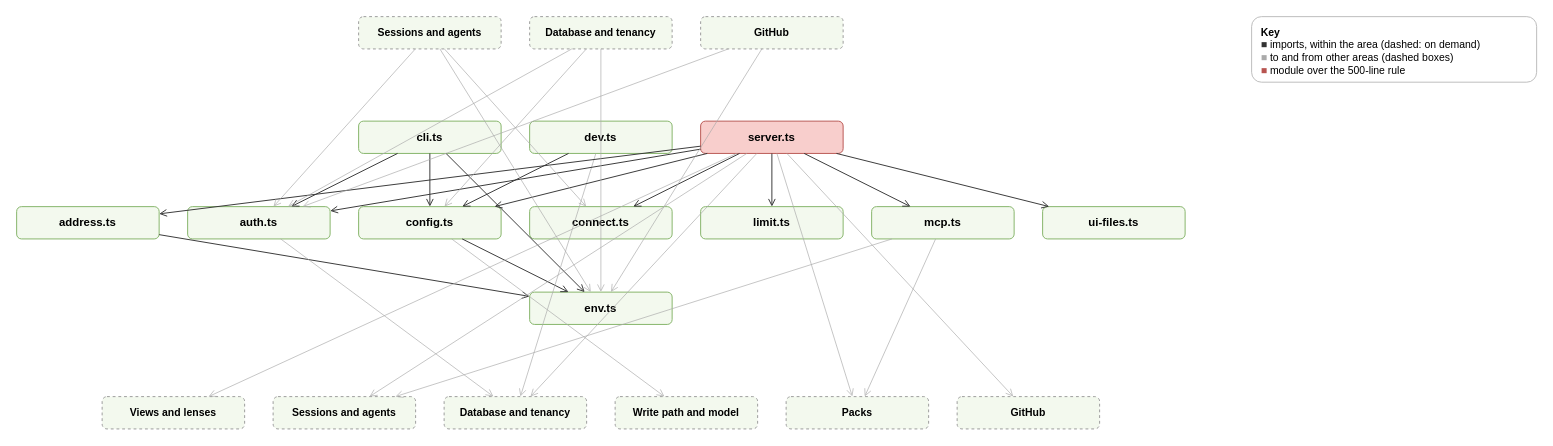
AlexReiner98/archipelago keeps this draw.io diagram as page "Server: Server and surfaces" (6 of 19) of docs/diagrams/modules.drawio. Above is the earlier version. Source tidied: cells renumbered, new cells numbered last; positions are measured from the earlier drawing's top-left corner, leaving out a move shared by most shapes. Both pictures are drawn from the tidied source at 95%, with x=0, y=0 at pixel (16, 16).
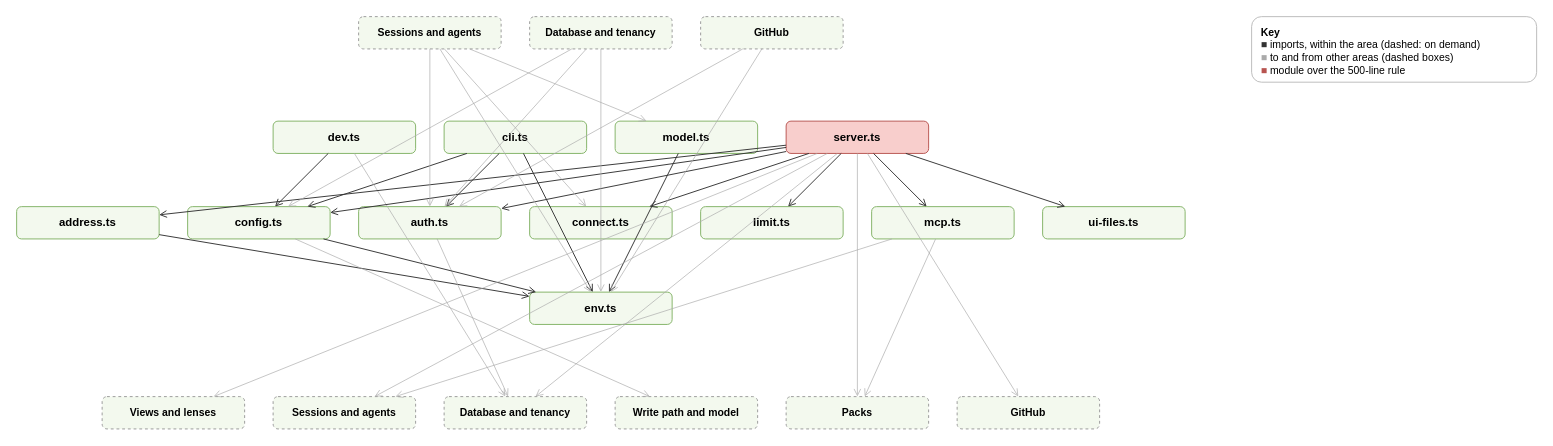
The same diagram, later.

The change refers to these unchanged cells:
```xml
<mxCell id="2" value="&lt;b&gt;Sessions and agents&lt;/b&gt;" style="rounded=1;html=1;whiteSpace=wrap;dashed=1;fontSize=11;fillColor=#f3f9ee;strokeColor=#999999;" parent="1" vertex="1">
  <mxGeometry x="360" width="150" height="34" as="geometry" />
</mxCell>
<mxCell id="15" value="env.ts" style="rounded=1;html=1;whiteSpace=wrap;fontSize=12;fontStyle=1;fillColor=#f3f9ee;strokeColor=#82b366;" parent="1" vertex="1">
  <mxGeometry x="540" y="290" width="150" height="34" as="geometry" />
</mxCell>
```

The edit, as a diff of the source:
```diff
@@
+    <mxCell id="6" value="dev.ts" style="rounded=1;html=1;whiteSpace=wrap;fontSize=12;fontStyle=1;fillColor=#f3f9ee;strokeColor=#82b366;" parent="1" vertex="1">
+      <mxGeometry x="270" y="110" width="150" height="34" as="geometry" />
+    </mxCell>
     <mxCell id="5" value="cli.ts" style="rounded=1;html=1;whiteSpace=wrap;fontSize=12;fontStyle=1;fillColor=#f3f9ee;strokeColor=#82b366;" parent="1" vertex="1">
-      <mxGeometry x="360" y="110" width="150" height="34" as="geometry" />
+      <mxGeometry x="450" y="110" width="150" height="34" as="geometry" />
     </mxCell>
-    <mxCell id="6" value="dev.ts" style="rounded=1;html=1;whiteSpace=wrap;fontSize=12;fontStyle=1;fillColor=#f3f9ee;strokeColor=#82b366;" parent="1" vertex="1">
-      <mxGeometry x="540" y="110" width="150" height="34" as="geometry" />
-    </mxCell>
+    <mxCell id="54" value="model.ts" style="rounded=1;html=1;whiteSpace=wrap;fontSize=12;fontStyle=1;fillColor=#f3f9ee;strokeColor=#82b366;" parent="1" vertex="1">
+      <mxGeometry x="630" y="110" width="150" height="34" as="geometry" />
+    </mxCell>
     <mxCell id="7" value="server.ts" style="rounded=1;html=1;whiteSpace=wrap;fontSize=12;fontStyle=1;fillColor=#f8cecc;strokeColor=#b85450;" parent="1" vertex="1">
-      <mxGeometry x="720" y="110" width="150" height="34" as="geometry" />
+      <mxGeometry x="810" y="110" width="150" height="34" as="geometry" />
     </mxCell>
@@
+    <mxCell id="10" value="config.ts" style="rounded=1;html=1;whiteSpace=wrap;fontSize=12;fontStyle=1;fillColor=#f3f9ee;strokeColor=#82b366;" parent="1" vertex="1">
+      <mxGeometry x="180" y="200" width="150" height="34" as="geometry" />
+    </mxCell>
     <mxCell id="9" value="auth.ts" style="rounded=1;html=1;whiteSpace=wrap;fontSize=12;fontStyle=1;fillColor=#f3f9ee;strokeColor=#82b366;" parent="1" vertex="1">
-      <mxGeometry x="180" y="200" width="150" height="34" as="geometry" />
+      <mxGeometry x="360" y="200" width="150" height="34" as="geometry" />
     </mxCell>
-    <mxCell id="10" value="config.ts" style="rounded=1;html=1;whiteSpace=wrap;fontSize=12;fontStyle=1;fillColor=#f3f9ee;strokeColor=#82b366;" parent="1" vertex="1">
-      <mxGeometry x="360" y="200" width="150" height="34" as="geometry" />
-    </mxCell>
@@
+    <mxCell id="55" style="html=1;endArrow=open;strokeColor=#333333;dashed=0;opacity=100;" parent="1" edge="1" source="54" target="15">
+      <mxGeometry relative="1" as="geometry" />
+    </mxCell>
@@
+    <mxCell id="56" style="html=1;endArrow=open;strokeColor=#aaaaaa;dashed=0;opacity=70;" parent="1" edge="1" source="2" target="54">
+      <mxGeometry relative="1" as="geometry" />
+    </mxCell>
```
